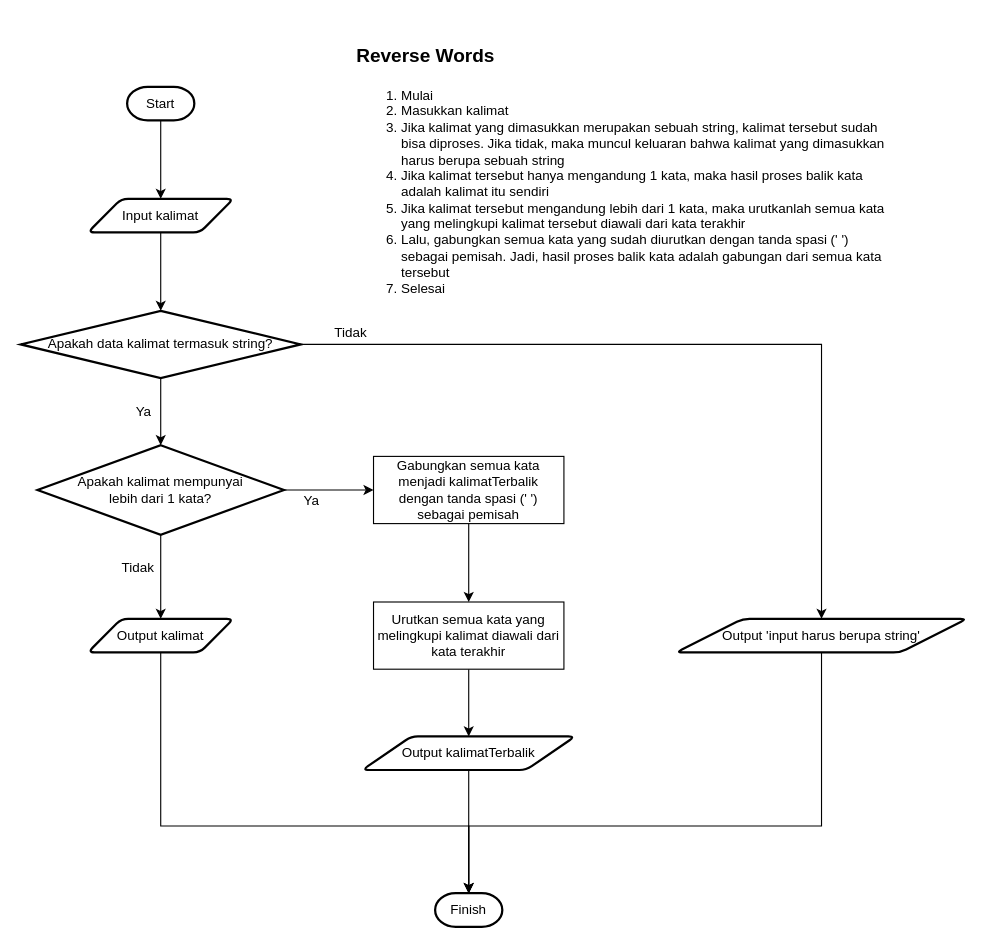
The draw.io diagram task2.drawio.xml in bagus25dzikri06/algoritma-dan-flowchart-1, before the edit. Source tidied: cells renumbered, new cells numbered last; positions are measured from the earlier drawing's top-left corner, leaving out a move shared by most shapes. Both pictures are drawn from the tidied source at 112%, with x=0, y=0 at pixel (20, 30).
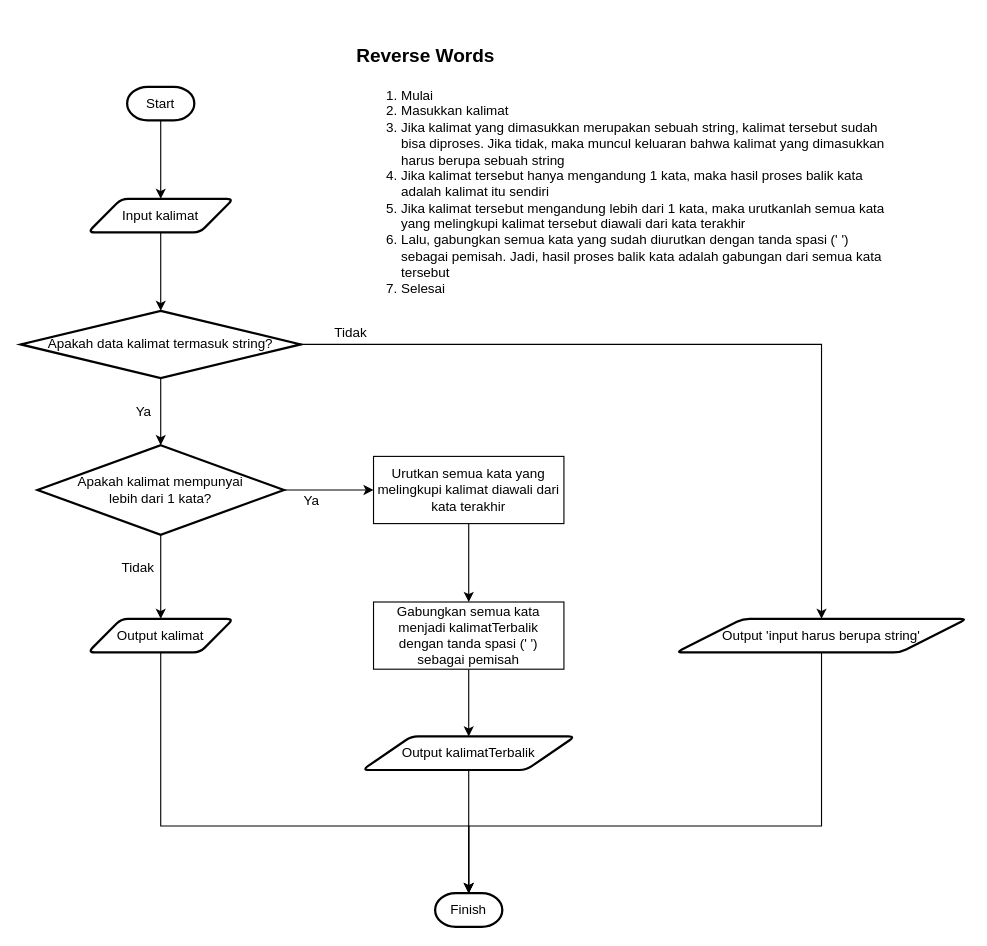
Above is the later version.

Commit message (it also covers changes not shown here):
Revisi flowchart task 2

Unchanged cells that the change refers to:
```xml
<mxCell id="9" value="Apakah kalimat mempunyai &lt;br&gt;lebih dari 1 kata?" style="strokeWidth=2;html=1;shape=mxgraph.flowchart.decision;whiteSpace=wrap;" parent="1" vertex="1">
  <mxGeometry x="15" y="370" width="220" height="80" as="geometry" />
</mxCell>
<mxCell id="17" value="Output kalimatTerbalik" style="shape=parallelogram;html=1;strokeWidth=2;perimeter=parallelogramPerimeter;whiteSpace=wrap;rounded=1;arcSize=12;size=0.23;" parent="1" vertex="1">
  <mxGeometry x="305" y="630" width="190" height="30" as="geometry" />
</mxCell>
```

Change to the diagram source:
```diff
@@
-    <mxCell id="7" style="edgeStyle=orthogonalEdgeStyle;rounded=0;jettySize=auto;html=1;" parent="1" edge="1" source="9" target="13">
-      <mxGeometry relative="1" as="geometry" />
-    </mxCell>
@@
+    <mxCell id="28" style="edgeStyle=orthogonalEdgeStyle;rounded=0;jettySize=auto;html=1;exitX=1;exitY=0.5;exitDx=0;exitDy=0;exitPerimeter=0;" parent="1" edge="1" source="9" target="15">
+      <mxGeometry relative="1" as="geometry" />
+    </mxCell>
@@
-    <mxCell id="12" style="edgeStyle=orthogonalEdgeStyle;rounded=0;jettySize=auto;html=1;entryX=0.5;entryY=0;entryDx=0;entryDy=0;" parent="1" edge="1" source="13" target="15">
-      <mxGeometry relative="1" as="geometry" />
-    </mxCell>
+    <mxCell id="29" style="edgeStyle=orthogonalEdgeStyle;rounded=0;jettySize=auto;html=1;entryX=0.5;entryY=0;entryDx=0;entryDy=0;" parent="1" edge="1" source="13" target="17">
+      <mxGeometry relative="1" as="geometry" />
+    </mxCell>
     <mxCell id="13" value="Gabungkan semua kata menjadi kalimatTerbalik dengan tanda spasi (' ') sebagai pemisah" style="rounded=0;whiteSpace=wrap;html=1;" parent="1" vertex="1">
-      <mxGeometry x="315" y="380" width="170" height="60" as="geometry" />
+      <mxGeometry x="315" y="510" width="170" height="60" as="geometry" />
     </mxCell>
-    <mxCell id="14" style="edgeStyle=orthogonalEdgeStyle;rounded=0;jettySize=auto;html=1;entryX=0.5;entryY=0;entryDx=0;entryDy=0;" parent="1" edge="1" source="15" target="17">
-      <mxGeometry relative="1" as="geometry" />
-    </mxCell>
+    <mxCell id="30" style="edgeStyle=orthogonalEdgeStyle;rounded=0;jettySize=auto;html=1;entryX=0.5;entryY=0;entryDx=0;entryDy=0;" parent="1" edge="1" source="15" target="13">
+      <mxGeometry relative="1" as="geometry" />
+    </mxCell>
     <mxCell id="15" value="Urutkan semua kata yang melingkupi kalimat diawali dari kata terakhir" style="rounded=0;whiteSpace=wrap;html=1;" parent="1" vertex="1">
-      <mxGeometry x="315" y="510" width="170" height="60" as="geometry" />
+      <mxGeometry x="315" y="380" width="170" height="60" as="geometry" />
     </mxCell>
```
